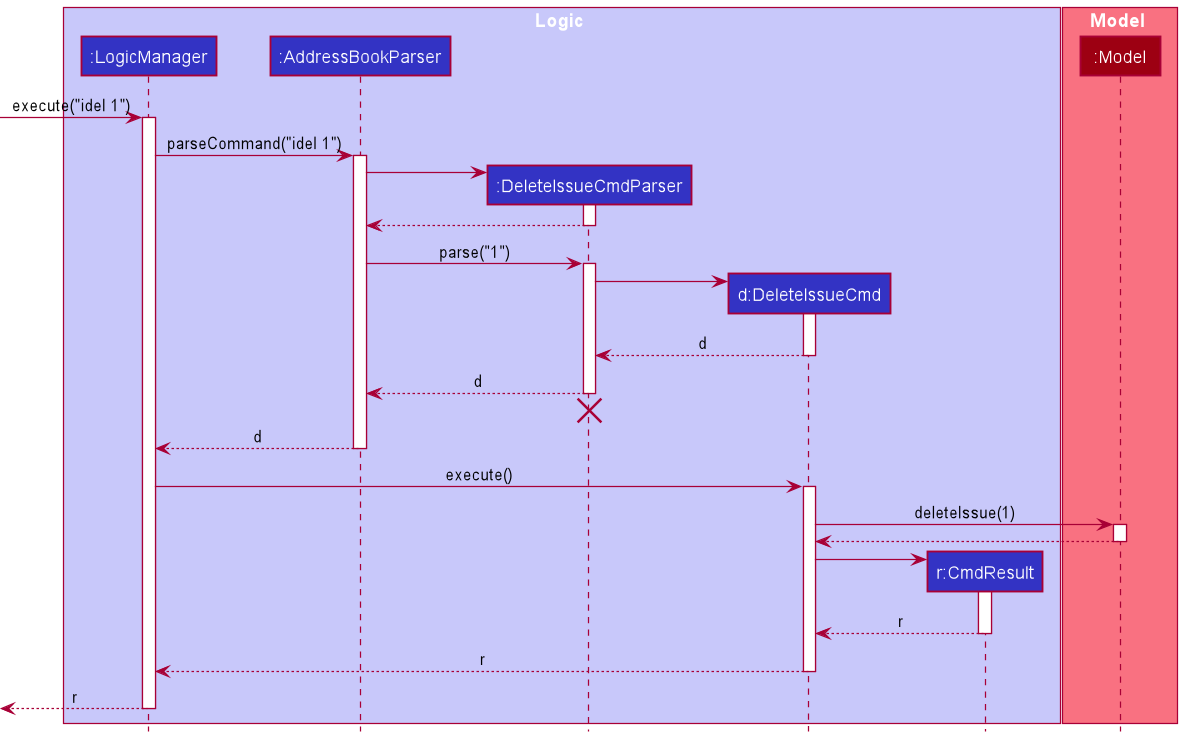
Before: docs/images/DeleteSequenceDiagram.png, a diagram exported from PlantUML (nus-cs2103-AY2021S2/tp).
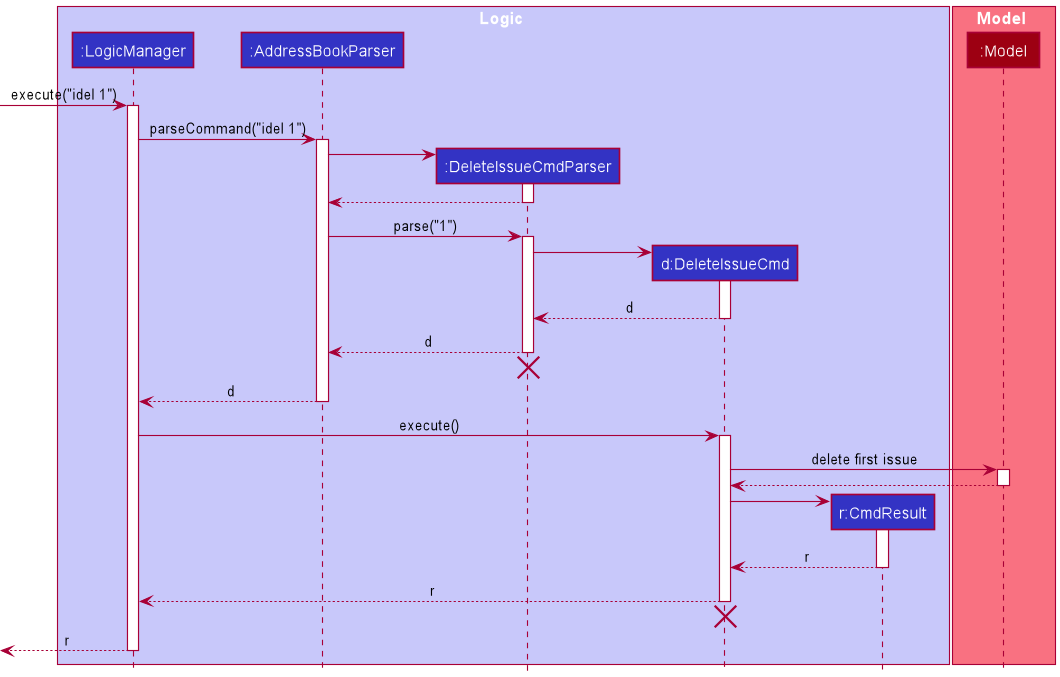
Later version of the same file.

Commit message:
Docs(DG): Update delete sequence diagram

The edit, as a diff of the source:
```diff
@@ -47,7 +47,7 @@
 LogicManager -> DeleteIssueCommand : execute()
 activate DeleteIssueCommand
 
-DeleteIssueCommand -> Model : deleteIssue(1)
+DeleteIssueCommand -> Model : delete first issue
 activate Model
 
 Model --> DeleteIssueCommand
@@ -62,6 +62,8 @@
 
 DeleteIssueCommand --> LogicManager : r
 deactivate DeleteIssueCommand
+DeleteIssueCommand -[hidden]-> LogicManager
+destroy DeleteIssueCommand
 
 [<--LogicManager : r
 deactivate LogicManager
```
